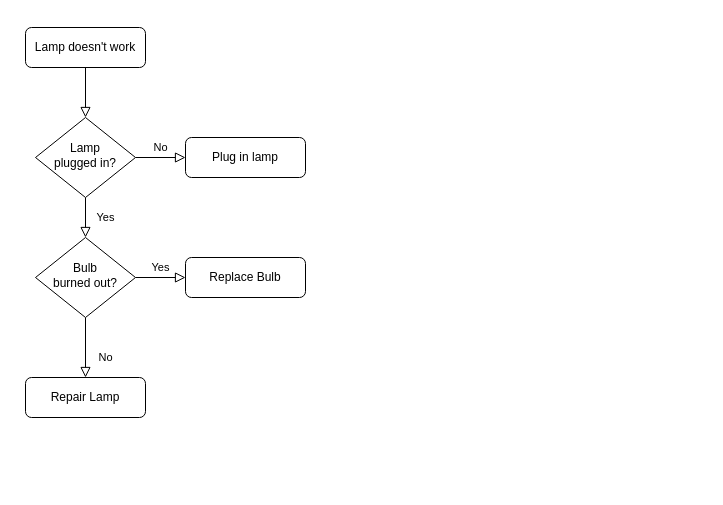
Before: Doc/IfeyDoc/Payout/PaytmPayou.drawio in HappinessGlobal/kakadoc, a draw.io diagram. Source tidied: cells renumbered, new cells numbered last; positions are measured from the earlier drawing's top-left corner, leaving out a move shared by most shapes. Both pictures are drawn from the tidied source at 100%, with x=0, y=0 at pixel (25, 27).
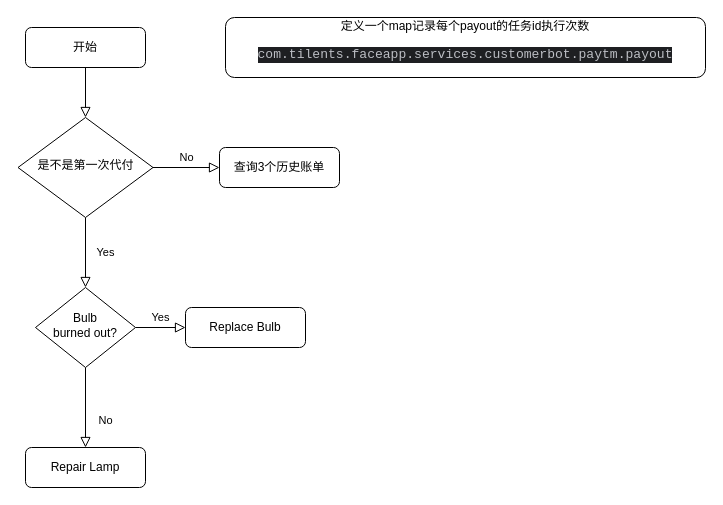
Above is the later version.

Change to the diagram source:
```diff
@@
 <mxGraphModel>
   <root>
     <mxCell id="0" />
     <mxCell id="1" parent="0" />
     <mxCell id="2" style="rounded=0;html=1;jettySize=auto;fontSize=11;endArrow=block;endFill=0;endSize=8;strokeWidth=1;shadow=0;labelBackgroundColor=none;edgeStyle=orthogonalEdgeStyle;" parent="1" edge="1" source="3" target="6">
       <mxGeometry relative="1" as="geometry" />
     </mxCell>
-    <mxCell id="3" value="Lamp doesn't work" style="rounded=1;whiteSpace=wrap;html=1;fontSize=12;glass=0;strokeWidth=1;shadow=0;" parent="1" vertex="1">
+    <mxCell id="3" value="开始" style="rounded=1;whiteSpace=wrap;html=1;fontSize=12;glass=0;strokeWidth=1;shadow=0;" parent="1" vertex="1">
       <mxGeometry width="120" height="40" as="geometry" />
     </mxCell>
     <mxCell id="4" value="Yes" style="rounded=0;html=1;jettySize=auto;fontSize=11;endArrow=block;endFill=0;endSize=8;strokeWidth=1;shadow=0;labelBackgroundColor=none;edgeStyle=orthogonalEdgeStyle;" parent="1" edge="1" source="6" target="10">
       <mxGeometry y="20" relative="1" as="geometry" />
     </mxCell>
     <mxCell id="5" value="No" style="edgeStyle=orthogonalEdgeStyle;rounded=0;html=1;jettySize=auto;fontSize=11;endArrow=block;endFill=0;endSize=8;strokeWidth=1;shadow=0;labelBackgroundColor=none;" parent="1" edge="1" source="6" target="7">
       <mxGeometry y="10" relative="1" as="geometry" />
     </mxCell>
-    <mxCell id="6" value="Lamp&lt;br&gt;plugged in?" style="rhombus;whiteSpace=wrap;html=1;shadow=0;fontFamily=Helvetica;fontSize=12;align=center;strokeWidth=1;spacing=6;spacingTop=-4;" parent="1" vertex="1">
-      <mxGeometry x="10" y="90" width="100" height="80" as="geometry" />
+    <mxCell id="6" value="是不是第一次代付" style="rhombus;whiteSpace=wrap;html=1;shadow=0;fontFamily=Helvetica;fontSize=12;align=center;strokeWidth=1;spacing=6;spacingTop=-4;" parent="1" vertex="1">
+      <mxGeometry x="-7.5" y="90" width="135" height="100" as="geometry" />
     </mxCell>
-    <mxCell id="7" value="Plug in lamp" style="rounded=1;whiteSpace=wrap;html=1;fontSize=12;glass=0;strokeWidth=1;shadow=0;" parent="1" vertex="1">
-      <mxGeometry x="160" y="110" width="120" height="40" as="geometry" />
+    <mxCell id="7" value="查询3个历史账单" style="rounded=1;whiteSpace=wrap;html=1;fontSize=12;glass=0;strokeWidth=1;shadow=0;" parent="1" vertex="1">
+      <mxGeometry x="194" y="120" width="120" height="40" as="geometry" />
     </mxCell>
     <mxCell id="8" value="No" style="rounded=0;html=1;jettySize=auto;fontSize=11;endArrow=block;endFill=0;endSize=8;strokeWidth=1;shadow=0;labelBackgroundColor=none;edgeStyle=orthogonalEdgeStyle;" parent="1" edge="1" source="10" target="11">
       <mxGeometry x="0.33" y="20" relative="1" as="geometry" />
     </mxCell>
     <mxCell id="9" value="Yes" style="edgeStyle=orthogonalEdgeStyle;rounded=0;html=1;jettySize=auto;fontSize=11;endArrow=block;endFill=0;endSize=8;strokeWidth=1;shadow=0;labelBackgroundColor=none;" parent="1" edge="1" source="10" target="12">
       <mxGeometry y="10" relative="1" as="geometry" />
     </mxCell>
     <mxCell id="10" value="Bulb&lt;br&gt;burned out?" style="rhombus;whiteSpace=wrap;html=1;shadow=0;fontFamily=Helvetica;fontSize=12;align=center;strokeWidth=1;spacing=6;spacingTop=-4;" parent="1" vertex="1">
-      <mxGeometry x="10" y="210" width="100" height="80" as="geometry" />
+      <mxGeometry x="10" y="260" width="100" height="80" as="geometry" />
     </mxCell>
     <mxCell id="11" value="Repair Lamp" style="rounded=1;whiteSpace=wrap;html=1;fontSize=12;glass=0;strokeWidth=1;shadow=0;" parent="1" vertex="1">
-      <mxGeometry y="350" width="120" height="40" as="geometry" />
+      <mxGeometry y="420" width="120" height="40" as="geometry" />
     </mxCell>
     <mxCell id="12" value="Replace Bulb" style="rounded=1;whiteSpace=wrap;html=1;fontSize=12;glass=0;strokeWidth=1;shadow=0;" parent="1" vertex="1">
-      <mxGeometry x="160" y="230" width="120" height="40" as="geometry" />
+      <mxGeometry x="160" y="280" width="120" height="40" as="geometry" />
     </mxCell>
+    <mxCell id="13" value="定义一个map记录每个payout的任务id执行次数&lt;div&gt;&lt;div style=&quot;background-color:#1e1f22;color:#bcbec4&quot;&gt;&lt;pre style=&quot;font-family:'JetBrains Mono',monospace;font-size:9.8pt;&quot;&gt;com.tilents.faceapp.services.customerbot.paytm.payout&lt;/pre&gt;&lt;/div&gt;&lt;/div&gt;" style="rounded=1;whiteSpace=wrap;html=1;glass=0;strokeWidth=1;shadow=0;" parent="1" vertex="1">
+      <mxGeometry x="200" y="-10" width="480" height="60" as="geometry" />
+    </mxCell>
   </root>
 </mxGraphModel>
```
